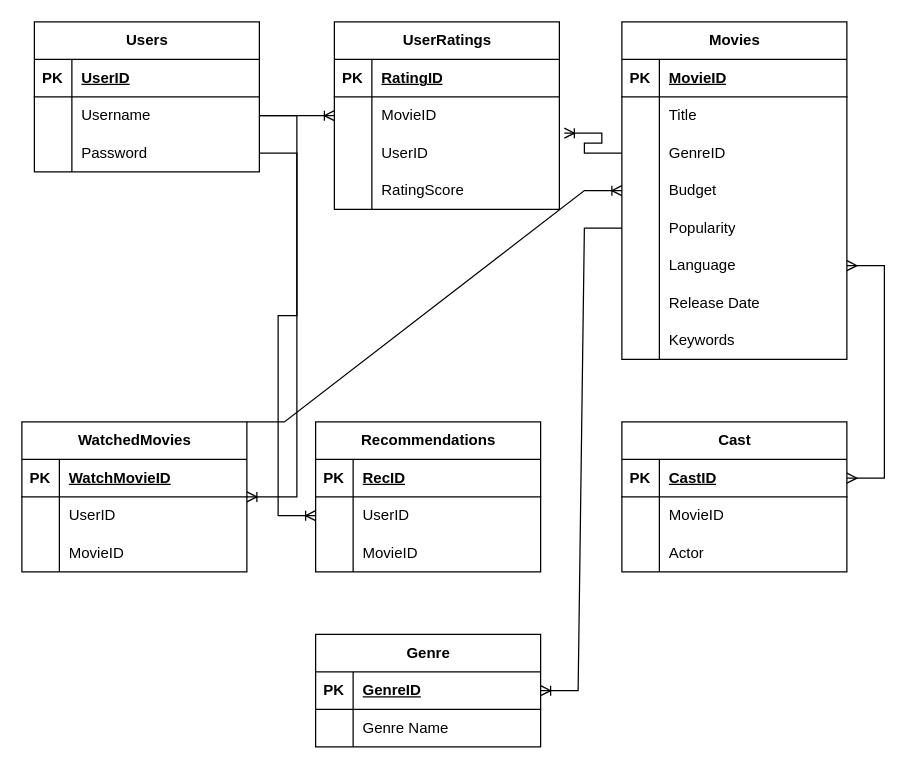
The draw.io diagram Untitled Diagram.drawio in DavinPU/NLP_Project, before the edit. Source tidied: cells renumbered, new cells numbered last; positions are measured from the earlier drawing's top-left corner, leaving out a move shared by most shapes. Both pictures are drawn from the tidied source at 125%, with x=0, y=0 at pixel (21, 21).
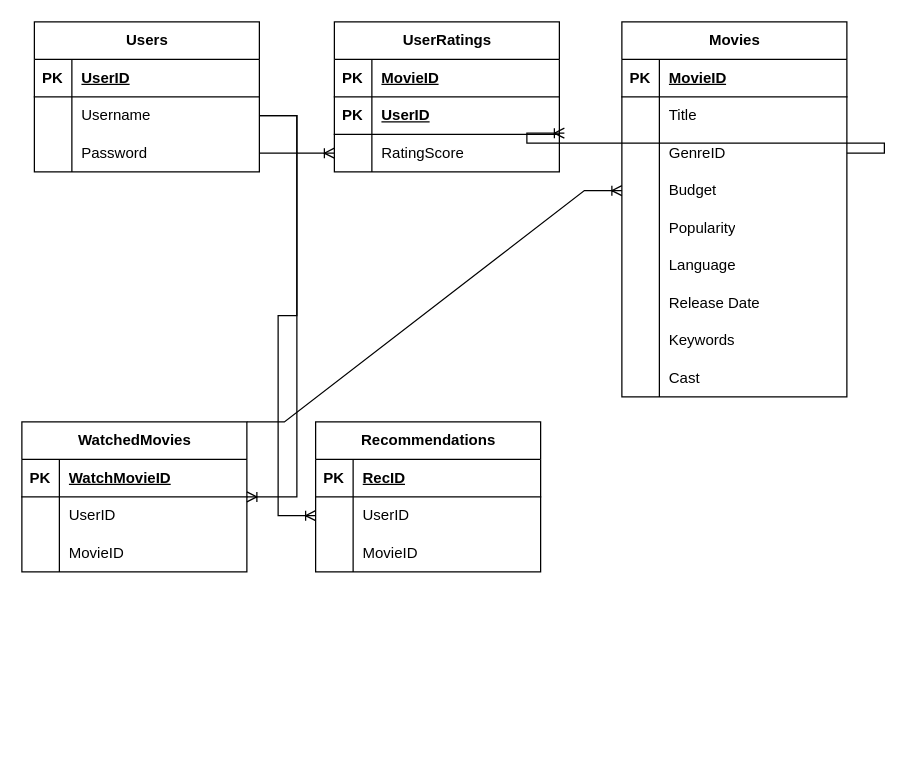
The same diagram, later.

Unchanged cells that the change refers to:
```xml
<mxCell id="6" style="shape=tableRow;horizontal=0;startSize=0;swimlaneHead=0;swimlaneBody=0;fillColor=none;points=[[0,0.5],[1,0.5]];portConstraint=eastwest;top=0;left=0;right=0;bottom=0;" parent="2" vertex="1">
  <mxGeometry y="60" width="180" height="30" as="geometry" />
</mxCell>
<mxCell id="19" style="shape=tableRow;horizontal=0;startSize=0;swimlaneHead=0;swimlaneBody=0;fillColor=none;points=[[0,0.5],[1,0.5]];portConstraint=eastwest;top=0;left=0;right=0;bottom=0;" parent="12" vertex="1">
  <mxGeometry y="90" width="180" height="30" as="geometry" />
</mxCell>
<mxCell id="25" style="shape=tableRow;horizontal=0;startSize=0;swimlaneHead=0;swimlaneBody=0;fillColor=none;points=[[0,0.5],[1,0.5]];portConstraint=eastwest;top=0;left=0;right=0;bottom=0;" parent="12" vertex="1">
  <mxGeometry y="150" width="180" height="30" as="geometry" />
</mxCell>
<mxCell id="28" style="shape=tableRow;horizontal=0;startSize=0;swimlaneHead=0;swimlaneBody=0;fillColor=none;points=[[0,0.5],[1,0.5]];portConstraint=eastwest;top=0;left=0;right=0;bottom=0;" parent="12" vertex="1">
  <mxGeometry y="180" width="180" height="30" as="geometry" />
</mxCell>
<mxCell id="38" style="shape=tableRow;horizontal=0;startSize=0;swimlaneHead=0;swimlaneBody=0;fillColor=none;top=0;left=0;right=0;bottom=1;" parent="37" vertex="1">
  <mxGeometry y="30" width="180" height="30" as="geometry" />
</mxCell>
```

Change to the diagram source:
```diff
@@
     <mxCell id="12" value="Movies" style="shape=table;startSize=30;childLayout=tableLayout;rowLines=0;fontStyle=1;align=center;html=1;" parent="1" vertex="1">
-      <mxGeometry x="480" width="180" height="270" as="geometry" />
+      <mxGeometry x="480" width="180" height="300" as="geometry" />
     </mxCell>
@@
+    <mxCell id="94" style="shape=tableRow;horizontal=0;startSize=0;swimlaneHead=0;swimlaneBody=0;fillColor=none;top=0;left=0;right=0;bottom=0;" parent="12" vertex="1">
+      <mxGeometry y="270" width="180" height="30" as="geometry" />
+    </mxCell>
+    <mxCell id="95" style="shape=partialRectangle;fillColor=none;top=0;left=0;bottom=0;right=0;overflow=hidden;whiteSpace=wrap;html=1;" parent="94" vertex="1">
+      <mxGeometry width="30" height="30" as="geometry" />
+    </mxCell>
+    <mxCell id="70" value="Cast" style="shape=partialRectangle;fillColor=none;top=0;left=0;bottom=0;right=0;align=left;spacingLeft=6;overflow=hidden;whiteSpace=wrap;html=1;" parent="94" vertex="1">
+      <mxGeometry x="30" width="150" height="30" as="geometry" />
+    </mxCell>
     <mxCell id="37" value="UserRatings" style="shape=table;startSize=30;childLayout=tableLayout;rowLines=0;fontStyle=1;align=center;html=1;" parent="1" vertex="1">
-      <mxGeometry x="250" width="180" height="150" as="geometry" />
+      <mxGeometry x="250" width="180" height="120" as="geometry" />
     </mxCell>
@@
-    <mxCell id="40" value="RatingID" style="shape=partialRectangle;fillColor=none;top=0;left=0;bottom=0;right=0;align=left;spacingLeft=6;fontStyle=5;overflow=hidden;whiteSpace=wrap;html=1;" parent="38" vertex="1">
+    <mxCell id="40" value="MovieID" style="shape=partialRectangle;fillColor=none;top=0;left=0;bottom=0;right=0;align=left;spacingLeft=6;fontStyle=5;overflow=hidden;whiteSpace=wrap;html=1;" parent="38" vertex="1">
       <mxGeometry x="30" width="150" height="30" as="geometry" />
     </mxCell>
-    <mxCell id="41" style="shape=tableRow;horizontal=0;startSize=0;swimlaneHead=0;swimlaneBody=0;fillColor=none;points=[[0,0.5],[1,0.5]];portConstraint=eastwest;top=0;left=0;right=0;bottom=0;" parent="37" vertex="1">
-      <mxGeometry y="60" width="180" height="30" as="geometry" />
-    </mxCell>
-    <mxCell id="42" style="shape=partialRectangle;fillColor=none;top=0;left=0;bottom=0;right=0;overflow=hidden;whiteSpace=wrap;html=1;" parent="41" vertex="1">
-      <mxGeometry width="30" height="30" as="geometry" />
-    </mxCell>
-    <mxCell id="43" value="MovieID" style="shape=partialRectangle;fillColor=none;top=0;left=0;bottom=0;right=0;align=left;spacingLeft=6;overflow=hidden;whiteSpace=wrap;html=1;" parent="41" vertex="1">
-      <mxGeometry x="30" width="150" height="30" as="geometry" />
-    </mxCell>
-    <mxCell id="44" style="shape=tableRow;horizontal=0;startSize=0;swimlaneHead=0;swimlaneBody=0;fillColor=none;points=[[0,0.5],[1,0.5]];portConstraint=eastwest;top=0;left=0;right=0;bottom=0;" parent="37" vertex="1">
-      <mxGeometry y="90" width="180" height="30" as="geometry" />
-    </mxCell>
-    <mxCell id="45" style="shape=partialRectangle;fillColor=none;top=0;left=0;bottom=0;right=0;overflow=hidden;whiteSpace=wrap;html=1;" parent="44" vertex="1">
-      <mxGeometry width="30" height="30" as="geometry" />
-    </mxCell>
+    <mxCell id="96" style="shape=tableRow;horizontal=0;startSize=0;swimlaneHead=0;swimlaneBody=0;fillColor=none;top=0;left=0;right=0;bottom=1;" parent="37" vertex="1">
+      <mxGeometry y="60" width="180" height="30" as="geometry" />
+    </mxCell>
+    <mxCell id="97" value="PK" style="shape=partialRectangle;fillColor=none;top=0;left=0;bottom=0;right=0;fontStyle=1;overflow=hidden;whiteSpace=wrap;html=1;" parent="96" vertex="1">
+      <mxGeometry width="30" height="30" as="geometry" />
+    </mxCell>
-    <mxCell id="46" value="UserID" style="shape=partialRectangle;fillColor=none;top=0;left=0;bottom=0;right=0;align=left;spacingLeft=6;overflow=hidden;whiteSpace=wrap;html=1;" parent="44" vertex="1">
+    <mxCell id="46" value="UserID" style="shape=partialRectangle;fillColor=none;top=0;left=0;bottom=0;right=0;align=left;spacingLeft=6;fontStyle=5;overflow=hidden;whiteSpace=wrap;html=1;" parent="96" vertex="1">
       <mxGeometry x="30" width="150" height="30" as="geometry" />
     </mxCell>
     <mxCell id="47" style="shape=tableRow;horizontal=0;startSize=0;swimlaneHead=0;swimlaneBody=0;fillColor=none;top=0;left=0;right=0;bottom=0;" parent="37" vertex="1">
-      <mxGeometry y="120" width="180" height="30" as="geometry" />
+      <mxGeometry y="90" width="180" height="30" as="geometry" />
     </mxCell>
@@
-    <mxCell id="70" value="Cast" style="shape=table;startSize=30;childLayout=tableLayout;rowLines=0;fontStyle=1;align=center;html=1;" parent="1" vertex="1">
-      <mxGeometry x="480" y="320" width="180" height="120" as="geometry" />
-    </mxCell>
-    <mxCell id="71" style="shape=tableRow;horizontal=0;startSize=0;swimlaneHead=0;swimlaneBody=0;fillColor=none;points=[[0,0.5],[1,0.5]];portConstraint=eastwest;top=0;left=0;right=0;bottom=1;" parent="70" vertex="1">
-      <mxGeometry y="30" width="180" height="30" as="geometry" />
-    </mxCell>
-    <mxCell id="72" value="PK" style="shape=partialRectangle;fillColor=none;top=0;left=0;bottom=0;right=0;fontStyle=1;overflow=hidden;whiteSpace=wrap;html=1;" parent="71" vertex="1">
-      <mxGeometry width="30" height="30" as="geometry" />
-    </mxCell>
-    <mxCell id="73" value="CastID" style="shape=partialRectangle;fillColor=none;top=0;left=0;bottom=0;right=0;align=left;spacingLeft=6;fontStyle=5;overflow=hidden;whiteSpace=wrap;html=1;" parent="71" vertex="1">
-      <mxGeometry x="30" width="150" height="30" as="geometry" />
-    </mxCell>
-    <mxCell id="74" style="shape=tableRow;horizontal=0;startSize=0;swimlaneHead=0;swimlaneBody=0;fillColor=none;top=0;left=0;right=0;bottom=0;" parent="70" vertex="1">
-      <mxGeometry y="60" width="180" height="30" as="geometry" />
-    </mxCell>
-    <mxCell id="75" style="shape=partialRectangle;fillColor=none;top=0;left=0;bottom=0;right=0;overflow=hidden;whiteSpace=wrap;html=1;" parent="74" vertex="1">
-      <mxGeometry width="30" height="30" as="geometry" />
-    </mxCell>
-    <mxCell id="76" value="MovieID" style="shape=partialRectangle;fillColor=none;top=0;left=0;bottom=0;right=0;align=left;spacingLeft=6;overflow=hidden;whiteSpace=wrap;html=1;" parent="74" vertex="1">
-      <mxGeometry x="30" width="150" height="30" as="geometry" />
-    </mxCell>
-    <mxCell id="77" style="shape=tableRow;horizontal=0;startSize=0;swimlaneHead=0;swimlaneBody=0;fillColor=none;top=0;left=0;right=0;bottom=0;" parent="70" vertex="1">
-      <mxGeometry y="90" width="180" height="30" as="geometry" />
-    </mxCell>
-    <mxCell id="78" style="shape=partialRectangle;fillColor=none;top=0;left=0;bottom=0;right=0;overflow=hidden;whiteSpace=wrap;html=1;" parent="77" vertex="1">
-      <mxGeometry width="30" height="30" as="geometry" />
-    </mxCell>
-    <mxCell id="79" value="Actor" style="shape=partialRectangle;fillColor=none;top=0;left=0;bottom=0;right=0;align=left;spacingLeft=6;overflow=hidden;whiteSpace=wrap;html=1;" parent="77" vertex="1">
-      <mxGeometry x="30" width="150" height="30" as="geometry" />
-    </mxCell>
-    <mxCell id="80" style="edgeStyle=entityRelationEdgeStyle;fontSize=12;html=1;endArrow=ERoneToMany;rounded=0;exitX=1;exitY=0.5;exitDx=0;exitDy=0;entryX=0;entryY=0.5;entryDx=0;entryDy=0;" parent="1" edge="1" source="6" target="41">
-      <mxGeometry relative="1" as="geometry" />
+    <mxCell id="80" style="edgeStyle=entityRelationEdgeStyle;fontSize=12;html=1;endArrow=ERoneToMany;rounded=0;exitX=1;exitY=0.5;exitDx=0;exitDy=0;entryX=0;entryY=0.5;entryDx=0;entryDy=0;" parent="1" edge="1" source="6">
+      <mxGeometry relative="1" as="geometry">
+        <mxPoint x="250" y="105" as="targetPoint" />
+      </mxGeometry>
     </mxCell>
@@
-    <mxCell id="82" style="edgeStyle=entityRelationEdgeStyle;fontSize=12;html=1;endArrow=ERoneToMany;rounded=0;entryX=1.022;entryY=-0.033;entryDx=0;entryDy=0;entryPerimeter=0;" parent="1" edge="1" source="19" target="44">
-      <mxGeometry relative="1" as="geometry" />
+    <mxCell id="82" style="edgeStyle=entityRelationEdgeStyle;fontSize=12;html=1;endArrow=ERoneToMany;rounded=0;entryX=1.022;entryY=-0.033;entryDx=0;entryDy=0;entryPerimeter=0;" parent="1" edge="1" source="19">
+      <mxGeometry relative="1" as="geometry">
+        <mxPoint x="434" y="89" as="targetPoint" />
+      </mxGeometry>
     </mxCell>
@@
-    <mxCell id="84" value="Genre" style="shape=table;startSize=30;childLayout=tableLayout;rowLines=0;fontStyle=1;align=center;html=1;" parent="1" vertex="1">
-      <mxGeometry x="235" y="490" width="180" height="90" as="geometry" />
-    </mxCell>
-    <mxCell id="85" style="shape=tableRow;horizontal=0;startSize=0;swimlaneHead=0;swimlaneBody=0;fillColor=none;points=[[0,0.5],[1,0.5]];portConstraint=eastwest;top=0;left=0;right=0;bottom=1;" parent="84" vertex="1">
-      <mxGeometry y="30" width="180" height="30" as="geometry" />
-    </mxCell>
-    <mxCell id="86" value="PK" style="shape=partialRectangle;fillColor=none;top=0;left=0;bottom=0;right=0;fontStyle=1;overflow=hidden;whiteSpace=wrap;html=1;" parent="85" vertex="1">
-      <mxGeometry width="30" height="30" as="geometry" />
-    </mxCell>
-    <mxCell id="87" value="GenreID" style="shape=partialRectangle;fillColor=none;top=0;left=0;bottom=0;right=0;align=left;spacingLeft=6;fontStyle=5;overflow=hidden;whiteSpace=wrap;html=1;" parent="85" vertex="1">
-      <mxGeometry x="30" width="150" height="30" as="geometry" />
-    </mxCell>
-    <mxCell id="88" style="shape=tableRow;horizontal=0;startSize=0;swimlaneHead=0;swimlaneBody=0;fillColor=none;top=0;left=0;right=0;bottom=0;" parent="84" vertex="1">
-      <mxGeometry y="60" width="180" height="30" as="geometry" />
-    </mxCell>
-    <mxCell id="89" style="shape=partialRectangle;fillColor=none;top=0;left=0;bottom=0;right=0;overflow=hidden;whiteSpace=wrap;html=1;" parent="88" vertex="1">
-      <mxGeometry width="30" height="30" as="geometry" />
-    </mxCell>
-    <mxCell id="90" value="Genre Name" style="shape=partialRectangle;fillColor=none;top=0;left=0;bottom=0;right=0;align=left;spacingLeft=6;overflow=hidden;whiteSpace=wrap;html=1;" parent="88" vertex="1">
-      <mxGeometry x="30" width="150" height="30" as="geometry" />
-    </mxCell>
-    <mxCell id="91" style="edgeStyle=entityRelationEdgeStyle;fontSize=12;html=1;endArrow=ERoneToMany;rounded=0;entryX=1;entryY=0.5;entryDx=0;entryDy=0;" parent="1" edge="1" source="25" target="85">
-      <mxGeometry relative="1" as="geometry" />
-    </mxCell>
@@
-    <mxCell id="93" style="edgeStyle=entityRelationEdgeStyle;fontSize=12;html=1;endArrow=ERmany;startArrow=ERmany;rounded=0;" parent="1" edge="1" source="71" target="28">
-      <mxGeometry relative="1" as="geometry" />
-    </mxCell>
```
